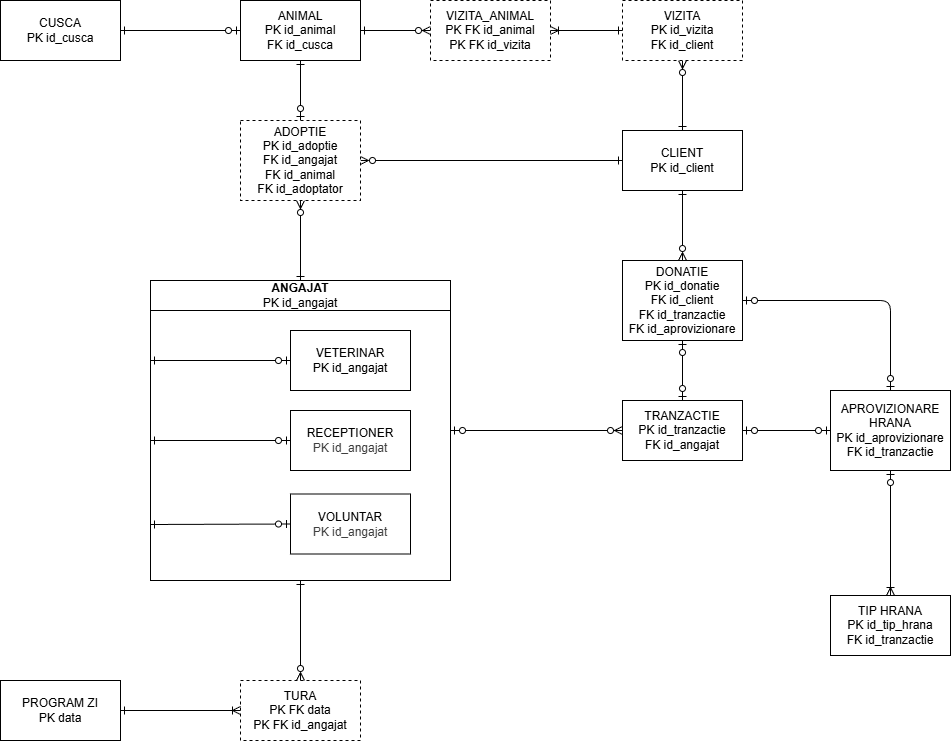
The draw.io diagram resurse/img/schema-conceptuala-platforma-adoptii.png in Vlad576/Proiect-platforma-adoptii, before a commit. Source tidied: cells renumbered, new cells last; positions are measured from the earlier drawing's top-left corner, leaving out a move shared by most shapes.
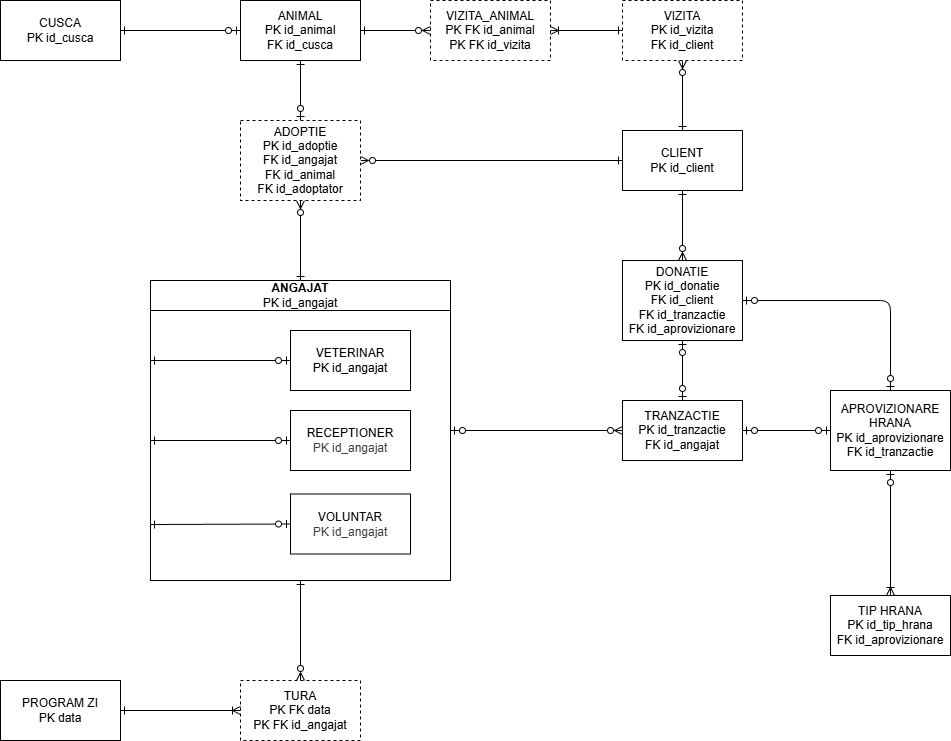
After the commit.

What changed in the source:
```diff
@@ -98,7 +98,7 @@
     <mxCell id="30" value="APROVIZIONARE&lt;div&gt;HRANA&lt;/div&gt;&lt;div&gt;PK id_aprovizionare&lt;/div&gt;&lt;div&gt;FK id_tranzactie&lt;/div&gt;" style="rounded=0;whiteSpace=wrap;html=1;" parent="1" vertex="1">
       <mxGeometry x="830" y="390" width="120" height="80" as="geometry" />
     </mxCell>
-    <mxCell id="31" value="TIP HRANA&lt;div&gt;PK id_tip_hrana&lt;/div&gt;&lt;div&gt;FK id_tranzactie&lt;/div&gt;" style="rounded=0;whiteSpace=wrap;html=1;" parent="1" vertex="1">
+    <mxCell id="31" value="TIP HRANA&lt;div&gt;PK id_tip_hrana&lt;/div&gt;&lt;div&gt;FK id_aprovizionare&lt;/div&gt;" style="rounded=0;whiteSpace=wrap;html=1;" parent="1" vertex="1">
       <mxGeometry x="830" y="595" width="120" height="60" as="geometry" />
     </mxCell>
     <mxCell id="32" style="endArrow=ERzeroToOne;html=1;exitX=0.5;exitY=1;exitDx=0;exitDy=0;endFill=0;startArrow=ERzeroToOne;startFill=0;entryX=0.5;entryY=0;entryDx=0;entryDy=0;" parent="1" edge="1" source="29" target="27">
```
